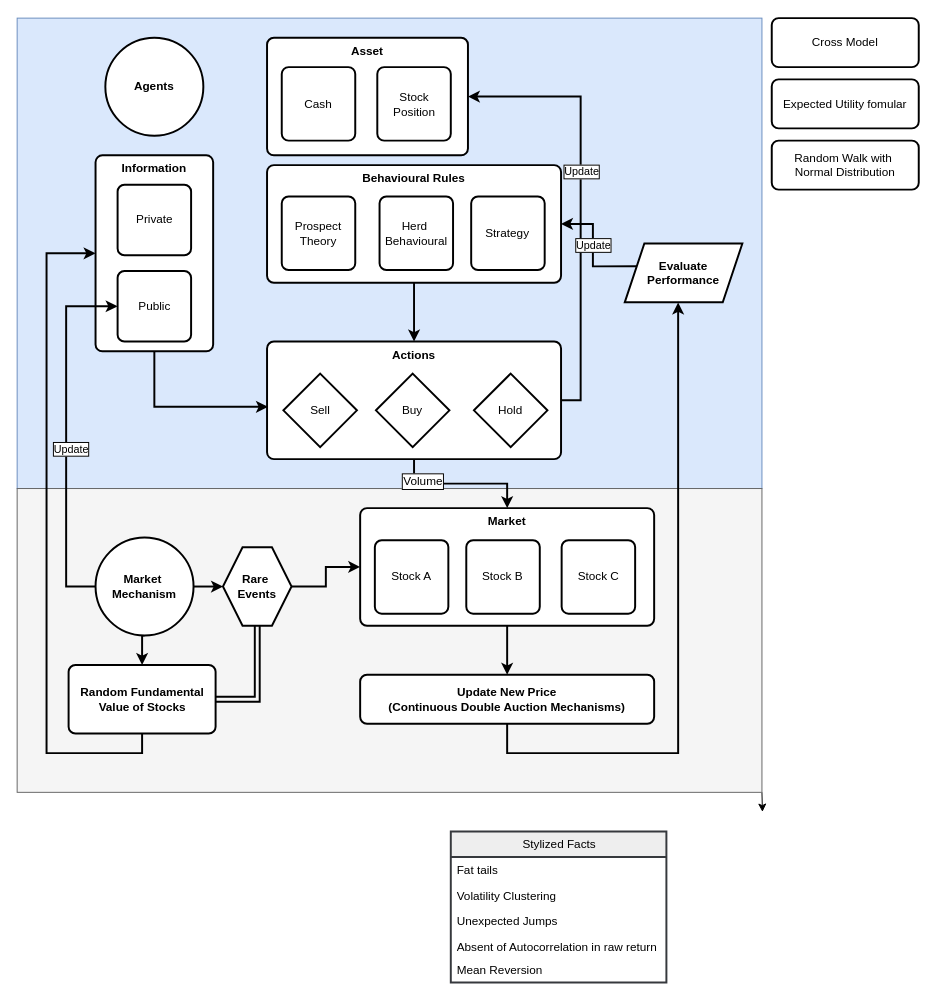
JustSimpleLucas/agent-based-modelling-behavioural-fianance keeps this draw.io diagram as Untitled Diagram.drawio. Above is the earlier version. Source tidied: cells renumbered, new cells numbered last; positions are measured from the earlier drawing's top-left corner, leaving out a move shared by most shapes. Both pictures are drawn from the tidied source at 98%, with x=0, y=0 at pixel (17, 18).
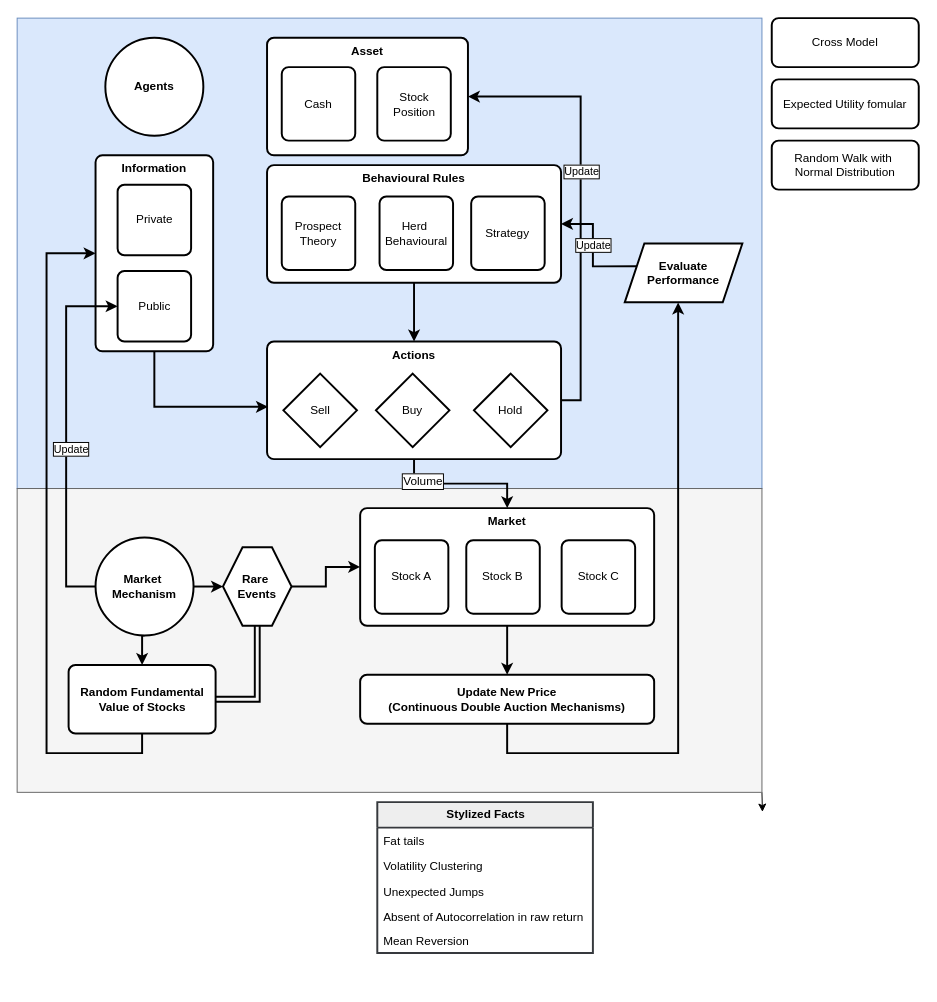
After the change.

Change to the diagram source:
```diff
@@
-    <mxCell id="55" value="Stylized Facts" style="swimlane;fontStyle=0;horizontal=1;startSize=26;fillColor=#eeeeee;html=1;labelPadding=0;strokeWidth=2;strokeColor=#36393d;" parent="1" vertex="1">
-      <mxGeometry x="442.5" y="830" width="220" height="154" as="geometry" />
+    <mxCell id="55" value="&lt;b&gt;Stylized Facts&lt;/b&gt;" style="swimlane;fontStyle=0;horizontal=1;startSize=26;fillColor=#eeeeee;html=1;labelPadding=0;strokeWidth=2;strokeColor=#36393d;" parent="1" vertex="1">
+      <mxGeometry x="367.5" y="800" width="220" height="154" as="geometry" />
     </mxCell>
```
